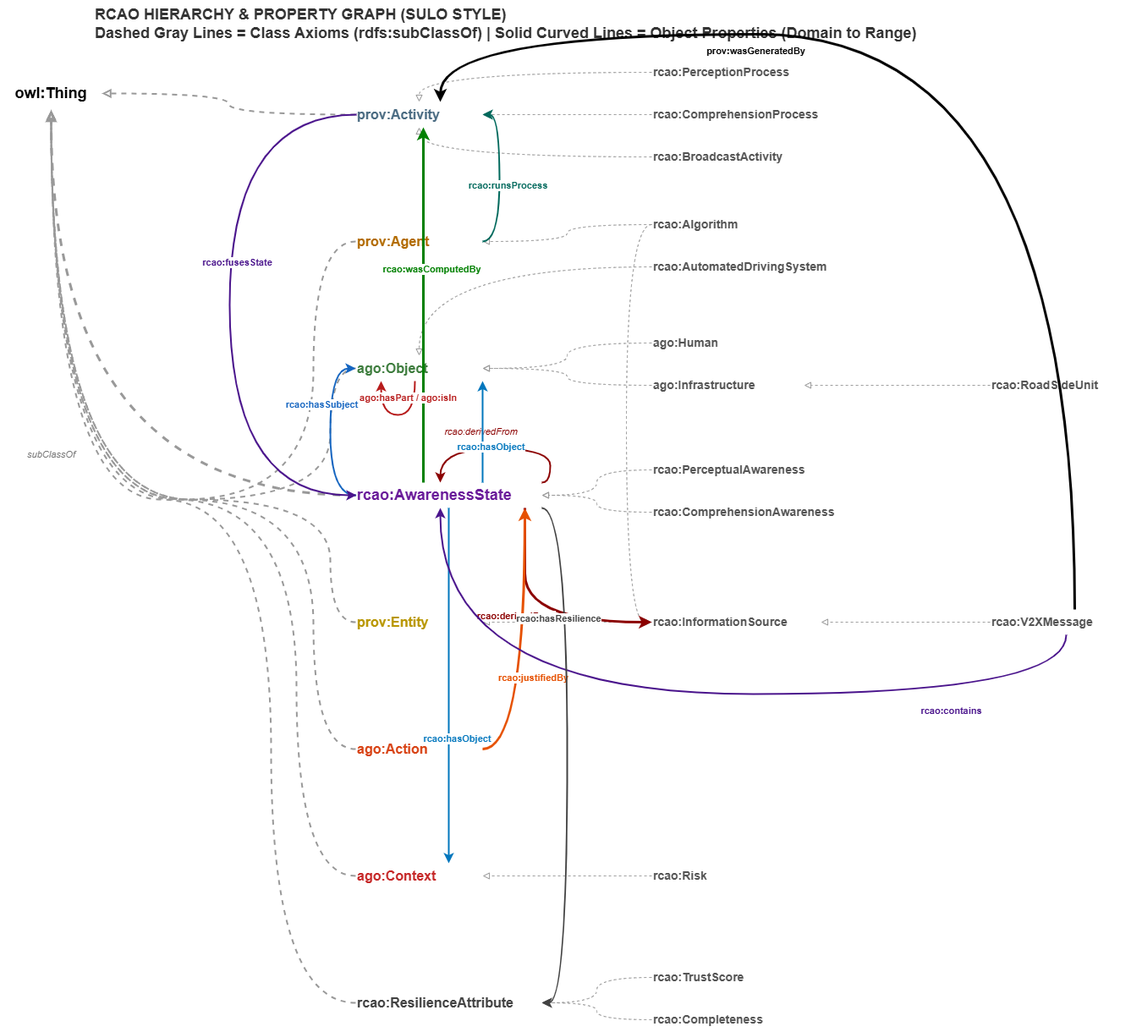
Vicomtech/rcao keeps this draw.io diagram as visuals/rcao-overview.png. Above is the earlier version. Source tidied: cells renumbered, new cells last; positions are measured from the earlier drawing's top-left corner, leaving out a move shared by most shapes.
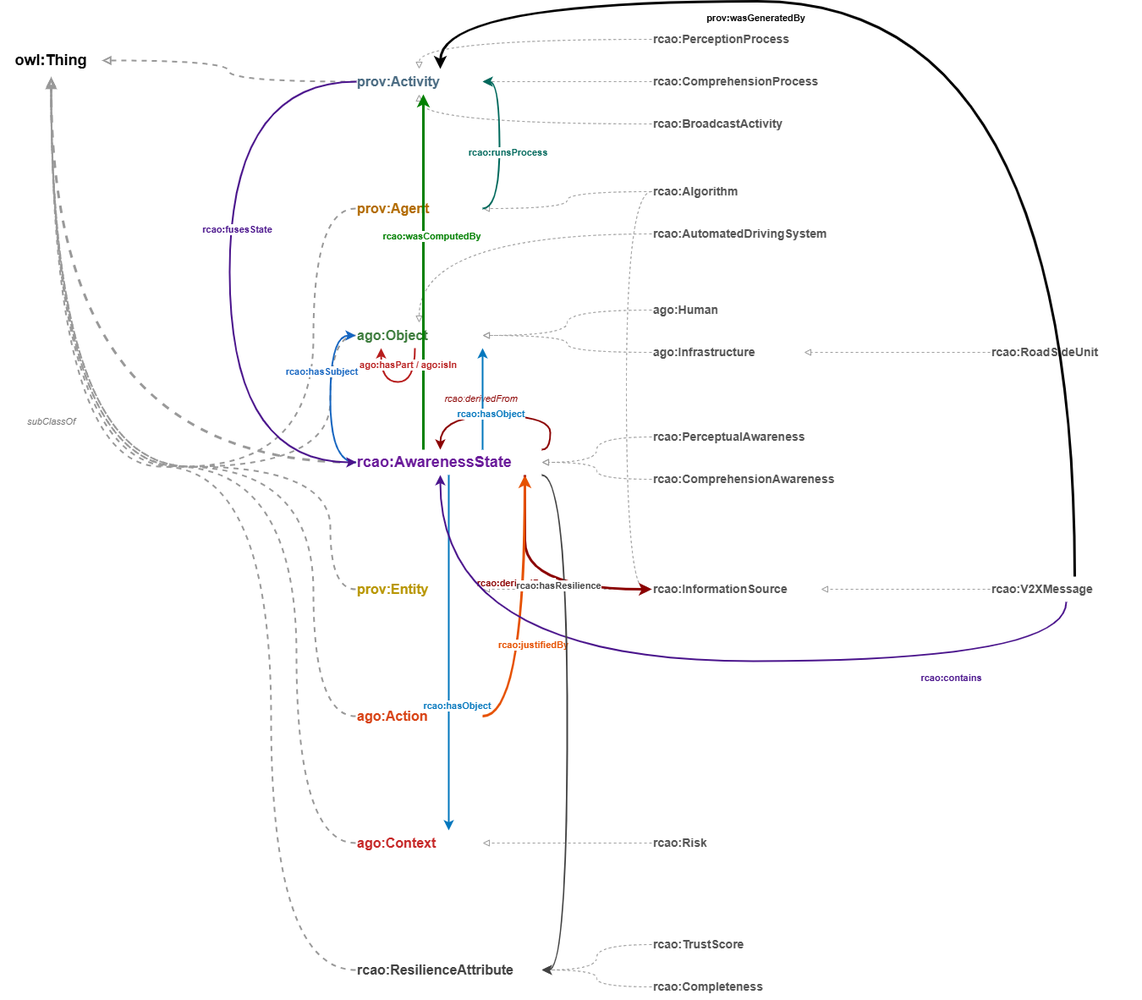
Above is the later version.

Change to the diagram source:
```diff
@@ -2,9 +2,6 @@
   <root>
     <mxCell id="0" />
     <mxCell id="1" parent="0" />
-    <mxCell id="2" value="RCAO HIERARCHY &amp; PROPERTY GRAPH (SULO STYLE)&#10;Dashed Gray Lines = Class Axioms (rdfs:subClassOf) | Solid Curved Lines = Object Properties (Domain to Range)" style="text;html=1;strokeColor=none;fillColor=none;align=left;verticalAlign=top;whiteSpace=wrap;rounded=0;fontStyle=1;fontSize=18;fontColor=#333333;" parent="1" vertex="1">
-      <mxGeometry x="110" width="1200" height="60" as="geometry" />
-    </mxCell>
     <mxCell id="3" value="owl:Thing" style="text;html=1;strokeColor=none;fillColor=none;align=center;verticalAlign=middle;whiteSpace=wrap;rounded=0;fontStyle=1;fontSize=18;" parent="1" vertex="1">
       <mxGeometry y="90" width="120" height="40" as="geometry" />
     </mxCell>
```
